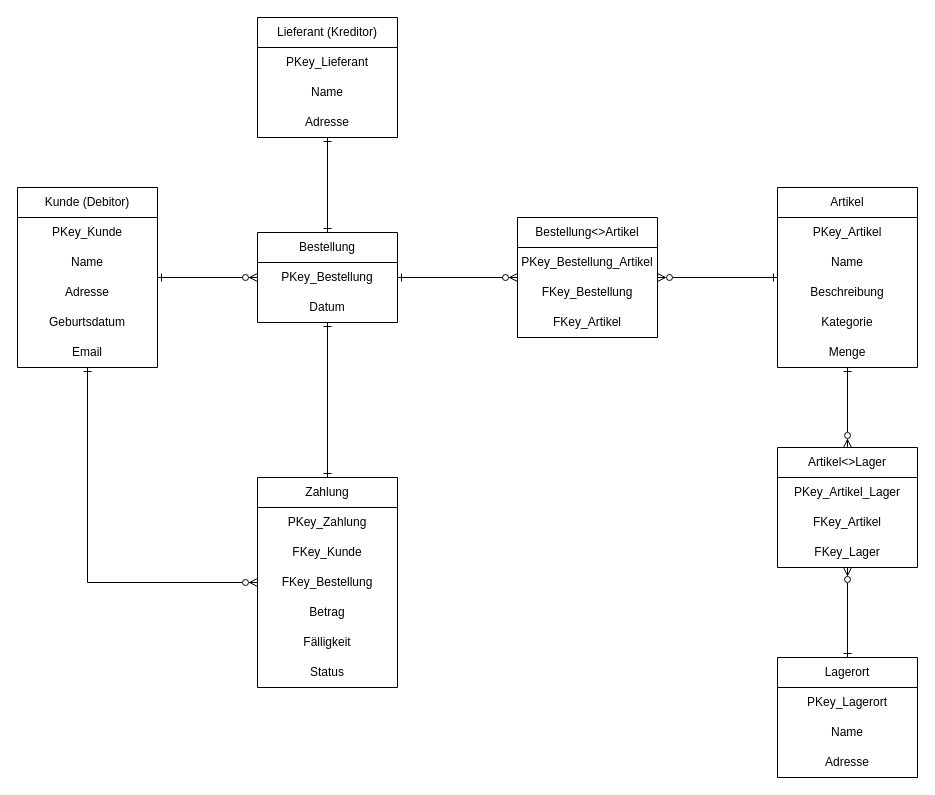
The draw.io diagram doc/ERD.drawio in domirohner/erp, before the edit. Source tidied: cells renumbered, new cells numbered last; positions are measured from the earlier drawing's top-left corner, leaving out a move shared by most shapes. Both pictures are drawn from the tidied source at 100%, with x=0, y=0 at pixel (17, 17).
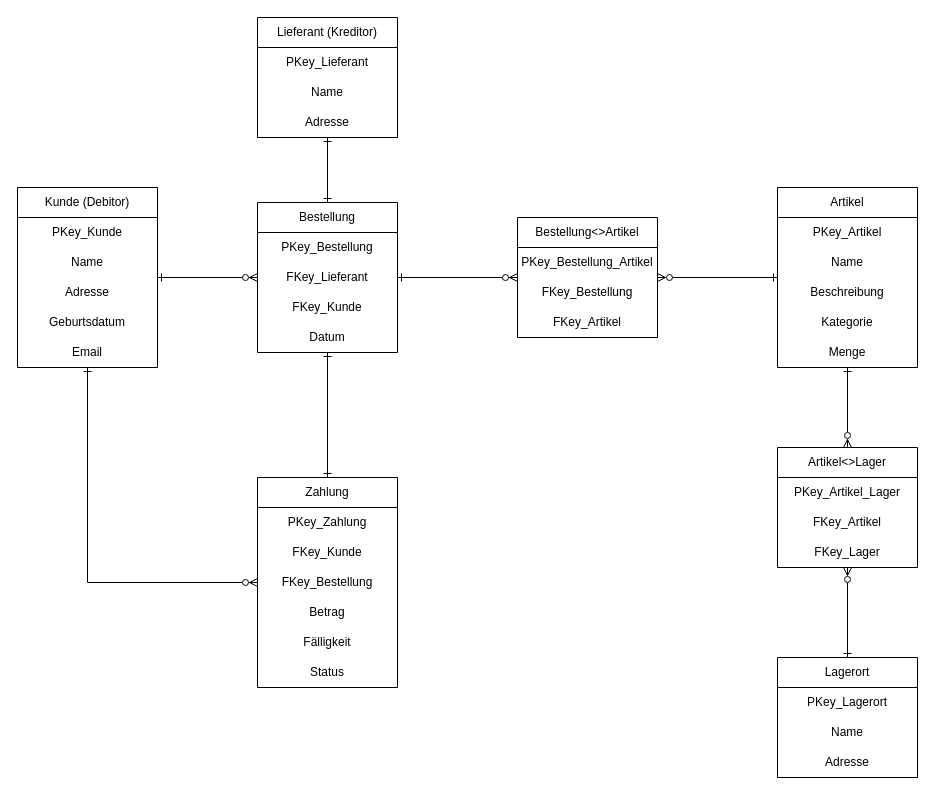
After the change.

Commit message:
added Fkey Lieferant + Kunde bei bestellung

Diff of the diagram source:
```diff
@@
     <mxCell id="13" value="Bestellung" style="swimlane;fontStyle=0;horizontal=1;startSize=30;whiteSpace=wrap;html=1;" parent="1" vertex="1">
-      <mxGeometry x="240" y="215" width="140" height="90" as="geometry" />
+      <mxGeometry x="240" y="185" width="140" height="150" as="geometry" />
     </mxCell>
@@
+    <mxCell id="48" value="FKey_Lieferant" style="text;strokeColor=none;fillColor=none;align=center;verticalAlign=middle;spacingLeft=4;spacingRight=4;overflow=hidden;whiteSpace=wrap;html=1;" parent="13" vertex="1">
+      <mxGeometry y="60" width="140" height="30" as="geometry" />
+    </mxCell>
+    <mxCell id="49" value="FKey_Kunde" style="text;strokeColor=none;fillColor=none;align=center;verticalAlign=middle;spacingLeft=4;spacingRight=4;overflow=hidden;whiteSpace=wrap;html=1;" parent="13" vertex="1">
+      <mxGeometry y="90" width="140" height="30" as="geometry" />
+    </mxCell>
     <mxCell id="15" value="Datum" style="text;html=1;align=center;verticalAlign=middle;whiteSpace=wrap;rounded=0;" parent="13" vertex="1">
-      <mxGeometry y="60" width="140" height="30" as="geometry" />
+      <mxGeometry y="120" width="140" height="30" as="geometry" />
     </mxCell>
```
